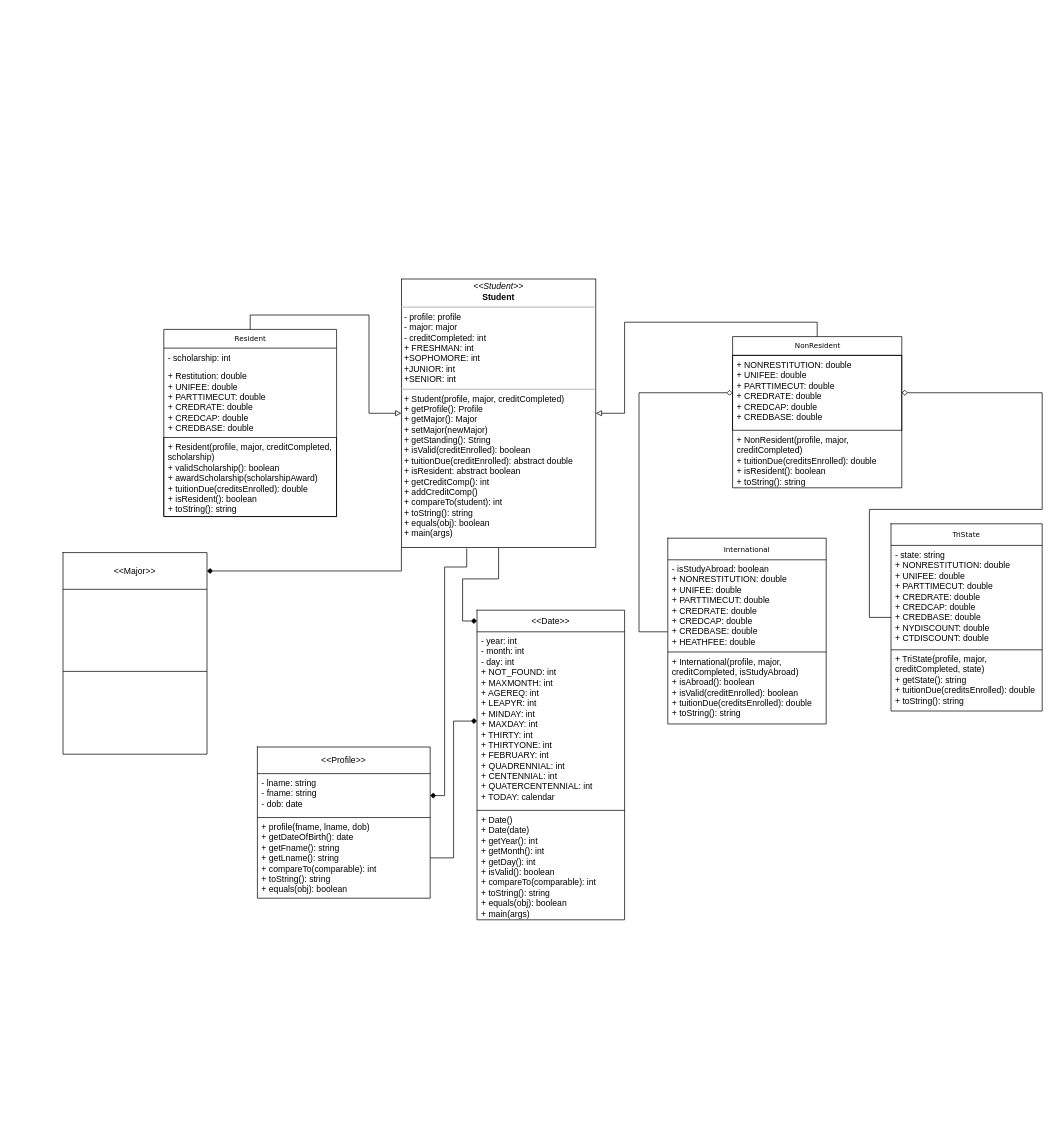
Jyun19/2023_0s_211 keeps this draw.io diagram as Untitled Diagram.drawio. Above is the earlier version. Source tidied: cells renumbered, new cells numbered last; positions are measured from the earlier drawing's top-left corner, leaving out a move shared by most shapes. Both pictures are drawn from the tidied source at 72%, with x=0, y=0 at pixel (63, 279).
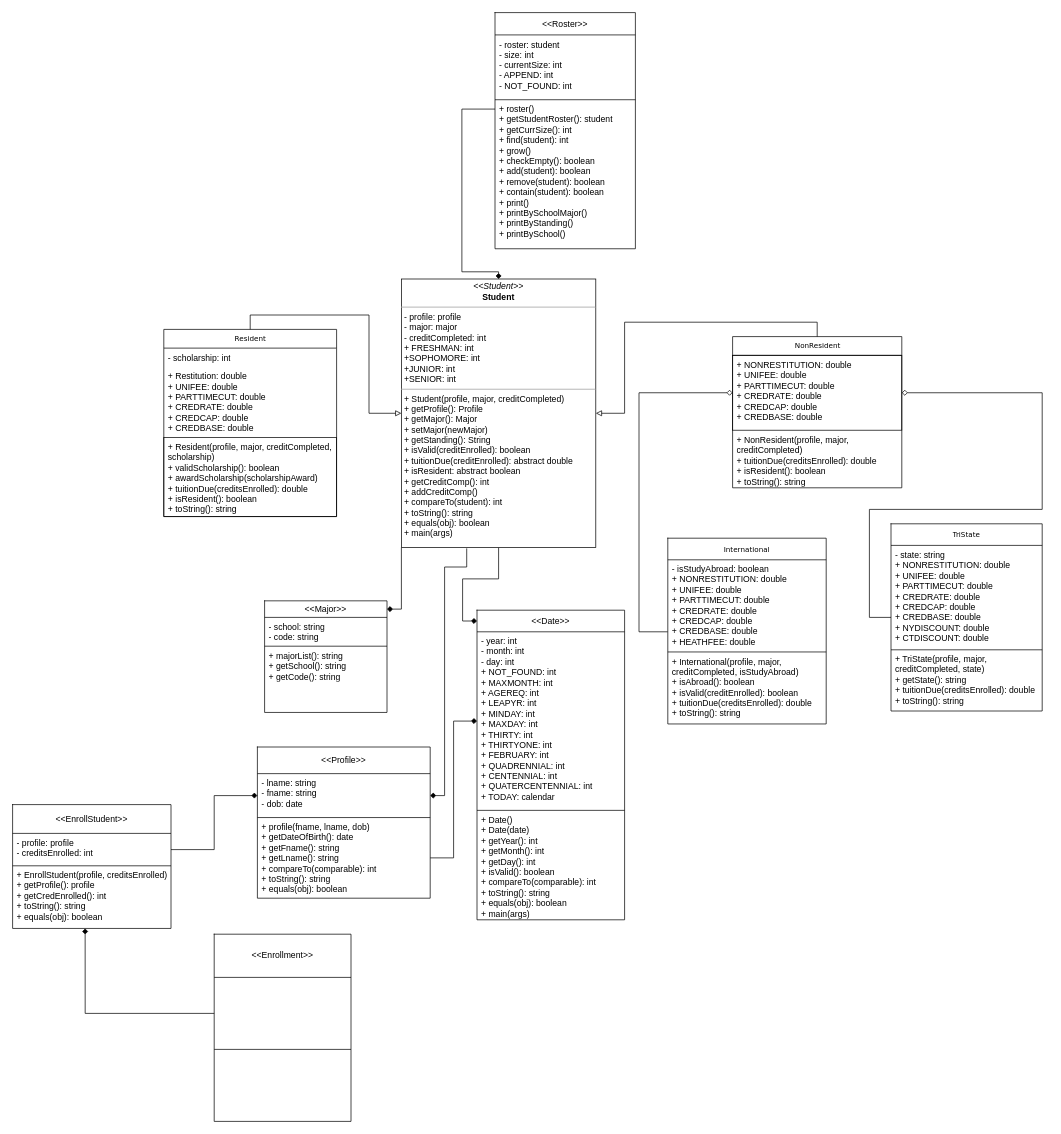
The same page after the edit.

The change refers to these unchanged cells:
```xml
<mxCell id="14" value="&lt;p style=&quot;margin:0px;margin-top:4px;text-align:center;&quot;&gt;&lt;i&gt;&amp;lt;&amp;lt;Student&amp;gt;&amp;gt;&lt;/i&gt;&lt;br&gt;&lt;b&gt;Student&lt;/b&gt;&lt;/p&gt;&lt;hr size=&quot;1&quot;&gt;&lt;p style=&quot;margin:0px;margin-left:4px;&quot;&gt;- profile: profile&lt;br&gt;- major: major&lt;/p&gt;&lt;p style=&quot;margin:0px;margin-left:4px;&quot;&gt;- creditCompleted: int&lt;/p&gt;&lt;p style=&quot;margin:0px;margin-left:4px;&quot;&gt;+ FRESHMAN: int&lt;/p&gt;&lt;p style=&quot;margin:0px;margin-left:4px;&quot;&gt;+SOPHOMORE: int&lt;/p&gt;&lt;p style=&quot;margin:0px;margin-left:4px;&quot;&gt;+JUNIOR: int&lt;/p&gt;&lt;p style=&quot;margin:0px;margin-left:4px;&quot;&gt;+SENIOR: int&lt;/p&gt;&lt;hr size=&quot;1&quot;&gt;&lt;p style=&quot;margin:0px;margin-left:4px;&quot;&gt;+ Student(profile, major, creditCompleted)&lt;br&gt;+ getProfile(): Profile&lt;/p&gt;&lt;p style=&quot;margin:0px;margin-left:4px;&quot;&gt;+ getMajor(): Major&lt;/p&gt;&lt;p style=&quot;margin:0px;margin-left:4px;&quot;&gt;+ setMajor(newMajor)&lt;/p&gt;&lt;p style=&quot;margin:0px;margin-left:4px;&quot;&gt;+ getStanding(): String&lt;/p&gt;&lt;p style=&quot;margin:0px;margin-left:4px;&quot;&gt;+ isValid(creditEnrolled): boolean&lt;/p&gt;&lt;p style=&quot;margin:0px;margin-left:4px;&quot;&gt;+ tuitionDue(creditEnrolled): abstract double&lt;/p&gt;&lt;p style=&quot;margin:0px;margin-left:4px;&quot;&gt;+ isResident: abstract boolean&lt;/p&gt;&lt;p style=&quot;margin:0px;margin-left:4px;&quot;&gt;+ getCreditComp(): int&lt;/p&gt;&lt;p style=&quot;margin:0px;margin-left:4px;&quot;&gt;+ addCreditComp()&lt;/p&gt;&lt;p style=&quot;margin:0px;margin-left:4px;&quot;&gt;+ compareTo(student): int&lt;/p&gt;&lt;p style=&quot;margin:0px;margin-left:4px;&quot;&gt;+ toString(): string&lt;/p&gt;&lt;p style=&quot;margin:0px;margin-left:4px;&quot;&gt;+ equals(obj): boolean&lt;/p&gt;&lt;p style=&quot;margin:0px;margin-left:4px;&quot;&gt;+ main(args)&amp;nbsp;&lt;/p&gt;" style="verticalAlign=top;align=left;overflow=fill;fontSize=12;fontFamily=Helvetica;html=1;rounded=0;shadow=0;comic=0;labelBackgroundColor=none;strokeWidth=1;" parent="1" vertex="1">
  <mxGeometry x="470" width="270" height="373" as="geometry" />
</mxCell>
<mxCell id="34" style="shape=tableRow;horizontal=0;startSize=0;swimlaneHead=0;swimlaneBody=0;strokeColor=inherit;top=0;left=0;bottom=0;right=0;fillColor=none;points=[[0,0.5],[1,0.5]];portConstraint=eastwest;fontFamily=Helvetica;fontSize=12;" parent="31" vertex="1">
  <mxGeometry y="37" width="240" height="61" as="geometry" />
</mxCell>
```

Diff of the diagram source:
```diff
@@
     <mxCell id="46" style="shape=table;startSize=0;childLayout=tableLayout;strokeColor=default;fontFamily=Helvetica;fontSize=12;" parent="1" vertex="1">
-      <mxGeometry y="380" width="200" height="280" as="geometry" />
+      <mxGeometry x="280" y="447" width="170" height="155" as="geometry" />
     </mxCell>
     <mxCell id="47" style="shape=tableRow;horizontal=0;startSize=0;swimlaneHead=0;swimlaneBody=0;strokeColor=inherit;top=0;left=0;bottom=0;right=0;fillColor=none;points=[[0,0.5],[1,0.5]];portConstraint=eastwest;fontFamily=Helvetica;fontSize=12;" parent="46" vertex="1">
-      <mxGeometry width="200" height="51" as="geometry" />
+      <mxGeometry width="170" height="23" as="geometry" />
     </mxCell>
     <mxCell id="48" value="&amp;lt;&amp;lt;Major&amp;gt;&amp;gt;" style="shape=partialRectangle;html=1;whiteSpace=wrap;strokeColor=inherit;overflow=hidden;fillColor=none;top=0;left=0;bottom=0;right=0;fontFamily=Helvetica;fontSize=12;" parent="47" vertex="1">
-      <mxGeometry width="200" height="51" as="geometry" />
+      <mxGeometry width="170" height="23" as="geometry" />
     </mxCell>
     <mxCell id="49" style="shape=tableRow;horizontal=0;startSize=0;swimlaneHead=0;swimlaneBody=0;strokeColor=inherit;top=0;left=0;bottom=0;right=0;fillColor=none;fontFamily=Helvetica;fontSize=12;" parent="46" vertex="1">
-      <mxGeometry y="51" width="200" height="114" as="geometry" />
+      <mxGeometry y="23" width="170" height="40" as="geometry" />
     </mxCell>
-    <mxCell id="50" style="shape=partialRectangle;html=1;whiteSpace=wrap;strokeColor=inherit;overflow=hidden;fillColor=none;top=0;left=0;bottom=0;right=0;fontFamily=Helvetica;fontSize=12;verticalAlign=top;align=left;spacingLeft=4;spacingRight=4;" parent="49" vertex="1">
-      <mxGeometry width="200" height="114" as="geometry" />
+    <mxCell id="50" value="- school: string&lt;br&gt;- code: string" style="shape=partialRectangle;html=1;whiteSpace=wrap;strokeColor=inherit;overflow=hidden;fillColor=none;top=0;left=0;bottom=0;right=0;fontFamily=Helvetica;fontSize=12;verticalAlign=top;align=left;spacingLeft=4;spacingRight=4;" parent="49" vertex="1">
+      <mxGeometry width="170" height="40" as="geometry" />
     </mxCell>
     <mxCell id="51" style="shape=tableRow;horizontal=0;startSize=0;swimlaneHead=0;swimlaneBody=0;strokeColor=inherit;top=0;left=0;bottom=0;right=0;fillColor=none;fontFamily=Helvetica;fontSize=12;" parent="46" vertex="1">
-      <mxGeometry y="165" width="200" height="115" as="geometry" />
+      <mxGeometry y="63" width="170" height="92" as="geometry" />
     </mxCell>
-    <mxCell id="52" style="shape=partialRectangle;html=1;whiteSpace=wrap;strokeColor=inherit;overflow=hidden;fillColor=none;top=0;left=0;bottom=0;right=0;fontFamily=Helvetica;fontSize=12;align=left;verticalAlign=top;spacingLeft=4;spacingRight=4;" parent="51" vertex="1">
-      <mxGeometry width="200" height="115" as="geometry" />
+    <mxCell id="52" value="+ majorList(): string&lt;br&gt;+ getSchool(): string&lt;br&gt;+ getCode(): string" style="shape=partialRectangle;html=1;whiteSpace=wrap;strokeColor=inherit;overflow=hidden;fillColor=none;top=0;left=0;bottom=0;right=0;fontFamily=Helvetica;fontSize=12;align=left;verticalAlign=top;spacingLeft=4;spacingRight=4;" parent="51" vertex="1">
+      <mxGeometry width="170" height="92" as="geometry" />
     </mxCell>
+    <mxCell id="53" style="shape=table;startSize=0;childLayout=tableLayout;strokeColor=default;fontFamily=Helvetica;fontSize=12;" parent="1" vertex="1">
+      <mxGeometry x="600" y="-370" width="195" height="328" as="geometry" />
+    </mxCell>
+    <mxCell id="54" style="shape=tableRow;horizontal=0;startSize=0;swimlaneHead=0;swimlaneBody=0;strokeColor=inherit;top=0;left=0;bottom=0;right=0;fillColor=none;fontFamily=Helvetica;fontSize=12;" parent="53" vertex="1">
+      <mxGeometry width="195" height="31" as="geometry" />
+    </mxCell>
+    <mxCell id="55" value="&amp;lt;&amp;lt;Roster&amp;gt;&amp;gt;" style="shape=partialRectangle;html=1;whiteSpace=wrap;strokeColor=inherit;overflow=hidden;fillColor=none;top=0;left=0;bottom=0;right=0;fontFamily=Helvetica;fontSize=12;" parent="54" vertex="1">
+      <mxGeometry width="195" height="31" as="geometry" />
+    </mxCell>
+    <mxCell id="56" style="shape=tableRow;horizontal=0;startSize=0;swimlaneHead=0;swimlaneBody=0;strokeColor=inherit;top=0;left=0;bottom=0;right=0;fillColor=none;fontFamily=Helvetica;fontSize=12;" parent="53" vertex="1">
+      <mxGeometry y="31" width="195" height="90" as="geometry" />
+    </mxCell>
+    <mxCell id="57" value="- roster: student&lt;br&gt;- size: int&lt;br&gt;- currentSize: int&lt;br&gt;- APPEND: int&lt;br&gt;- NOT_FOUND: int" style="shape=partialRectangle;html=1;whiteSpace=wrap;strokeColor=inherit;overflow=hidden;fillColor=none;top=0;left=0;bottom=0;right=0;fontFamily=Helvetica;fontSize=12;verticalAlign=top;align=left;spacingLeft=4;spacingRight=4;" parent="56" vertex="1">
+      <mxGeometry width="195" height="90" as="geometry" />
+    </mxCell>
+    <mxCell id="58" style="shape=tableRow;horizontal=0;startSize=0;swimlaneHead=0;swimlaneBody=0;strokeColor=inherit;top=0;left=0;bottom=0;right=0;fillColor=none;points=[[0,0.5],[1,0.5]];portConstraint=eastwest;fontFamily=Helvetica;fontSize=12;" parent="53" vertex="1">
+      <mxGeometry y="121" width="195" height="207" as="geometry" />
+    </mxCell>
+    <mxCell id="59" value="+ roster()&lt;br&gt;+ getStudentRoster(): student&lt;br&gt;+ getCurrSize(): int&lt;br&gt;+ find(student): int&lt;br&gt;+ grow()&lt;br&gt;+ checkEmpty(): boolean&lt;br&gt;+ add(student): boolean&lt;br&gt;+ remove(student): boolean&lt;br&gt;+ contain(student): boolean&lt;br&gt;+ print()&lt;br&gt;+ printBySchoolMajor()&lt;br&gt;+ printByStanding()&lt;br&gt;+ printBySchool()" style="shape=partialRectangle;html=1;whiteSpace=wrap;strokeColor=inherit;overflow=hidden;fillColor=none;top=0;left=0;bottom=0;right=0;fontFamily=Helvetica;fontSize=12;verticalAlign=top;align=left;spacingLeft=4;spacingRight=4;" parent="58" vertex="1">
+      <mxGeometry width="195" height="207" as="geometry" />
+    </mxCell>
+    <mxCell id="60" style="edgeStyle=orthogonalEdgeStyle;rounded=0;jettySize=auto;html=1;entryX=0.5;entryY=0;entryDx=0;entryDy=0;fontFamily=Helvetica;fontSize=12;endArrow=diamond;endFill=1;" parent="1" edge="1" source="58" target="14">
+      <mxGeometry relative="1" as="geometry">
+        <Array as="points">
+          <mxPoint x="554" y="-236" />
+          <mxPoint x="554" y="-10" />
+          <mxPoint x="605" y="-10" />
+        </Array>
+      </mxGeometry>
+    </mxCell>
+    <mxCell id="61" style="shape=table;startSize=0;childLayout=tableLayout;strokeColor=default;fontFamily=Helvetica;fontSize=12;" parent="1" vertex="1">
+      <mxGeometry x="-70" y="730" width="220" height="172" as="geometry" />
+    </mxCell>
+    <mxCell id="62" style="shape=tableRow;horizontal=0;startSize=0;swimlaneHead=0;swimlaneBody=0;strokeColor=inherit;top=0;left=0;bottom=0;right=0;fillColor=none;fontFamily=Helvetica;fontSize=12;" parent="61" vertex="1">
+      <mxGeometry width="220" height="40" as="geometry" />
+    </mxCell>
+    <mxCell id="63" value="&amp;lt;&amp;lt;EnrollStudent&amp;gt;&amp;gt;" style="shape=partialRectangle;html=1;whiteSpace=wrap;strokeColor=inherit;overflow=hidden;fillColor=none;top=0;left=0;bottom=0;right=0;fontFamily=Helvetica;fontSize=12;" parent="62" vertex="1">
+      <mxGeometry width="220" height="40" as="geometry" />
+    </mxCell>
+    <mxCell id="64" style="shape=tableRow;horizontal=0;startSize=0;swimlaneHead=0;swimlaneBody=0;strokeColor=inherit;top=0;left=0;bottom=0;right=0;fillColor=none;points=[[0,0.5],[1,0.5]];portConstraint=eastwest;fontFamily=Helvetica;fontSize=12;" parent="61" vertex="1">
+      <mxGeometry y="40" width="220" height="45" as="geometry" />
+    </mxCell>
+    <mxCell id="65" value="- profile: profile&lt;br&gt;- creditsEnrolled: int" style="shape=partialRectangle;html=1;whiteSpace=wrap;strokeColor=inherit;overflow=hidden;fillColor=none;top=0;left=0;bottom=0;right=0;fontFamily=Helvetica;fontSize=12;verticalAlign=top;align=left;spacingLeft=4;spacingRight=4;" parent="64" vertex="1">
+      <mxGeometry width="220" height="45" as="geometry" />
+    </mxCell>
+    <mxCell id="66" style="shape=tableRow;horizontal=0;startSize=0;swimlaneHead=0;swimlaneBody=0;strokeColor=inherit;top=0;left=0;bottom=0;right=0;fillColor=none;points=[[0,0.5],[1,0.5]];portConstraint=eastwest;fontFamily=Helvetica;fontSize=12;" parent="61" vertex="1">
+      <mxGeometry y="85" width="220" height="87" as="geometry" />
+    </mxCell>
+    <mxCell id="67" value="+ EnrollStudent(profile, creditsEnrolled)&lt;br&gt;+ getProfile(): profile&lt;br&gt;+ getCredEnrolled(): int&lt;br&gt;+ toString(): string&lt;br&gt;+ equals(obj): boolean" style="shape=partialRectangle;html=1;whiteSpace=wrap;strokeColor=inherit;overflow=hidden;fillColor=none;top=0;left=0;bottom=0;right=0;fontFamily=Helvetica;fontSize=12;verticalAlign=top;align=left;spacingLeft=4;spacingRight=4;" parent="66" vertex="1">
+      <mxGeometry width="220" height="87" as="geometry" />
+    </mxCell>
+    <mxCell id="68" style="edgeStyle=orthogonalEdgeStyle;rounded=0;jettySize=auto;html=1;entryX=0;entryY=0.5;entryDx=0;entryDy=0;fontFamily=Helvetica;fontSize=12;endArrow=diamond;endFill=1;" parent="1" edge="1" source="64" target="34">
+      <mxGeometry relative="1" as="geometry" />
+    </mxCell>
+    <mxCell id="69" style="shape=table;startSize=0;childLayout=tableLayout;strokeColor=default;fontFamily=Helvetica;fontSize=12;" parent="1" vertex="1">
+      <mxGeometry x="210" y="910" width="190" height="260" as="geometry" />
+    </mxCell>
+    <mxCell id="70" style="shape=tableRow;horizontal=0;startSize=0;swimlaneHead=0;swimlaneBody=0;strokeColor=inherit;top=0;left=0;bottom=0;right=0;fillColor=none;fontFamily=Helvetica;fontSize=12;" parent="69" vertex="1">
+      <mxGeometry width="190" height="60" as="geometry" />
+    </mxCell>
+    <mxCell id="71" value="&amp;lt;&amp;lt;Enrollment&amp;gt;&amp;gt;" style="shape=partialRectangle;html=1;whiteSpace=wrap;strokeColor=inherit;overflow=hidden;fillColor=none;top=0;left=0;bottom=0;right=0;fontFamily=Helvetica;fontSize=12;" parent="70" vertex="1">
+      <mxGeometry width="190" height="60" as="geometry" />
+    </mxCell>
+    <mxCell id="72" style="shape=tableRow;horizontal=0;startSize=0;swimlaneHead=0;swimlaneBody=0;strokeColor=inherit;top=0;left=0;bottom=0;right=0;fillColor=none;points=[[0,0.5],[1,0.5]];portConstraint=eastwest;fontFamily=Helvetica;fontSize=12;" parent="69" vertex="1">
+      <mxGeometry y="60" width="190" height="100" as="geometry" />
+    </mxCell>
+    <mxCell id="73" style="shape=partialRectangle;html=1;whiteSpace=wrap;strokeColor=inherit;overflow=hidden;fillColor=none;top=0;left=0;bottom=0;right=0;fontFamily=Helvetica;fontSize=12;verticalAlign=top;align=left;spacingLeft=4;spacingRight=4;" parent="72" vertex="1">
+      <mxGeometry width="190" height="100" as="geometry" />
+    </mxCell>
+    <mxCell id="74" style="shape=tableRow;horizontal=0;startSize=0;swimlaneHead=0;swimlaneBody=0;strokeColor=inherit;top=0;left=0;bottom=0;right=0;fillColor=none;fontFamily=Helvetica;fontSize=12;" parent="69" vertex="1">
+      <mxGeometry y="160" width="190" height="100" as="geometry" />
+    </mxCell>
+    <mxCell id="75" style="shape=partialRectangle;html=1;whiteSpace=wrap;strokeColor=inherit;overflow=hidden;fillColor=none;top=0;left=0;bottom=0;right=0;fontFamily=Helvetica;fontSize=12;verticalAlign=top;align=left;spacingLeft=4;spacingRight=4;" parent="74" vertex="1">
+      <mxGeometry width="190" height="100" as="geometry" />
+    </mxCell>
+    <mxCell id="76" style="edgeStyle=orthogonalEdgeStyle;rounded=0;jettySize=auto;html=1;entryX=0.458;entryY=1;entryDx=0;entryDy=0;entryPerimeter=0;fontFamily=Helvetica;fontSize=12;endArrow=diamond;endFill=1;" parent="1" edge="1" source="72" target="66">
+      <mxGeometry relative="1" as="geometry" />
+    </mxCell>
```
